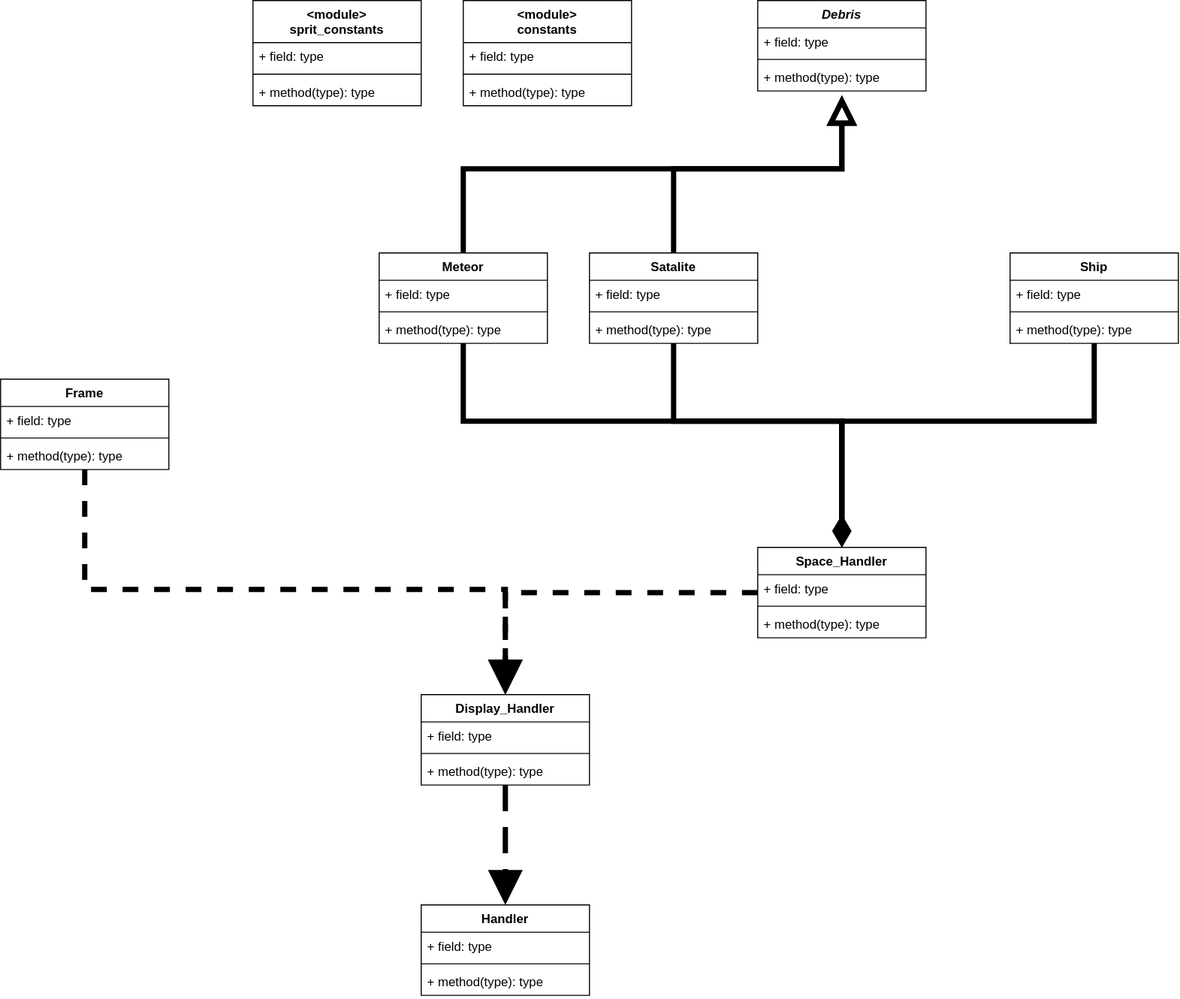
CodyPassino/Space-Janitor keeps this draw.io diagram as UML.drawio.svg. Above is the earlier version. Source tidied: cells renumbered, new cells last; positions are measured from the earlier drawing's top-left corner, leaving out a move shared by most shapes.
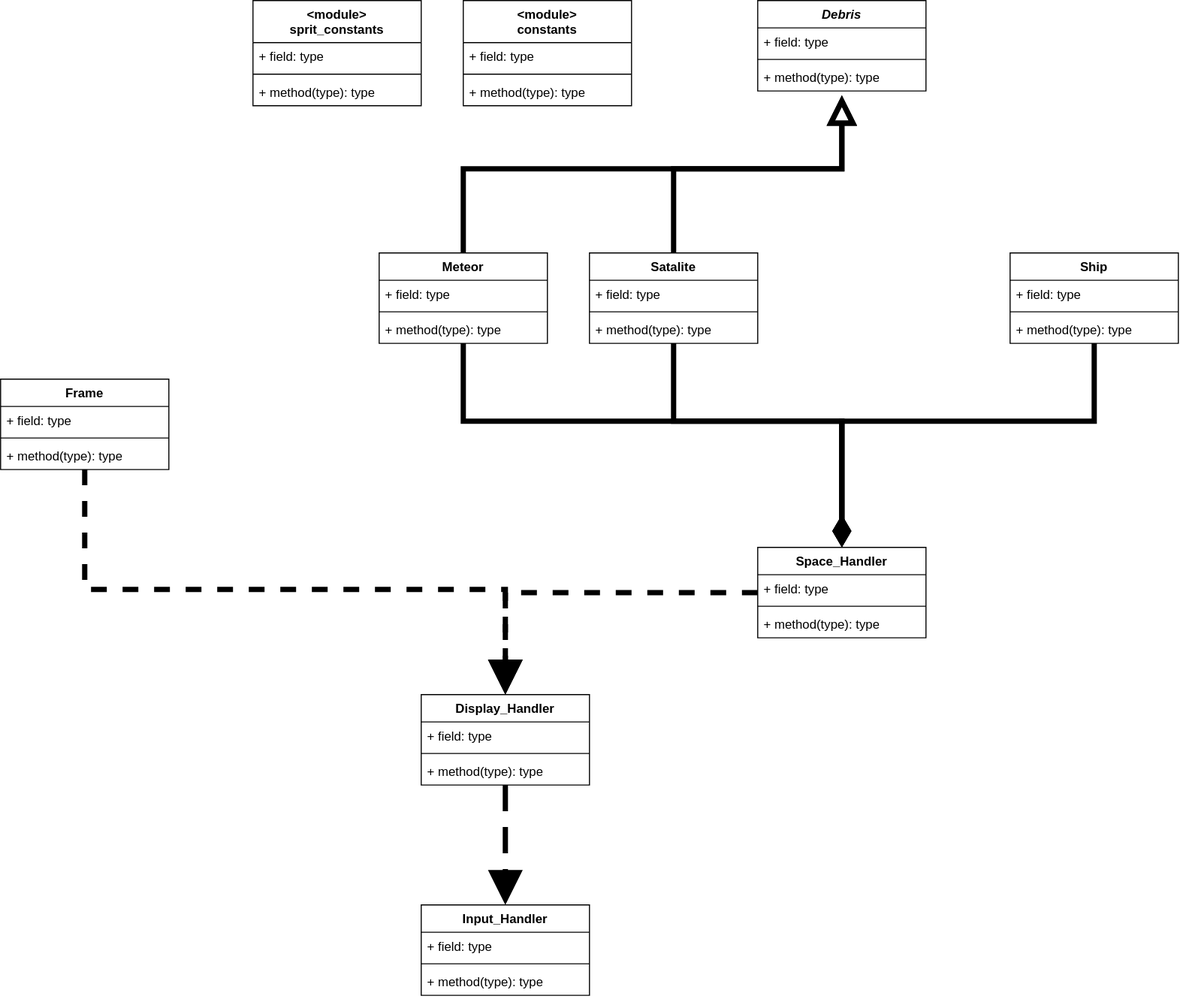
The same file after the commit.

Commit message:
add input_handler

What changed in the source:
```diff
@@ -166,7 +166,7 @@
     <mxCell id="45" value="+ method(type): type" style="text;strokeColor=none;fillColor=none;align=left;verticalAlign=top;spacingLeft=4;spacingRight=4;overflow=hidden;whiteSpace=wrap;html=1;" parent="42" vertex="1">
       <mxGeometry y="60" width="160" height="26" as="geometry" />
     </mxCell>
-    <mxCell id="46" value="Handler" style="swimlane;fontStyle=1;align=center;verticalAlign=top;horizontal=1;startSize=26;whiteSpace=wrap;html=1;" parent="1" vertex="1">
+    <mxCell id="46" value="Input_Handler" style="swimlane;fontStyle=1;align=center;verticalAlign=top;horizontal=1;startSize=26;whiteSpace=wrap;html=1;" parent="1" vertex="1">
       <mxGeometry x="400" y="860" width="160" height="86" as="geometry" />
     </mxCell>
     <mxCell id="47" value="+ field: type" style="text;strokeColor=none;fillColor=none;align=left;verticalAlign=top;spacingLeft=4;spacingRight=4;overflow=hidden;whiteSpace=wrap;html=1;" parent="46" vertex="1">
```
